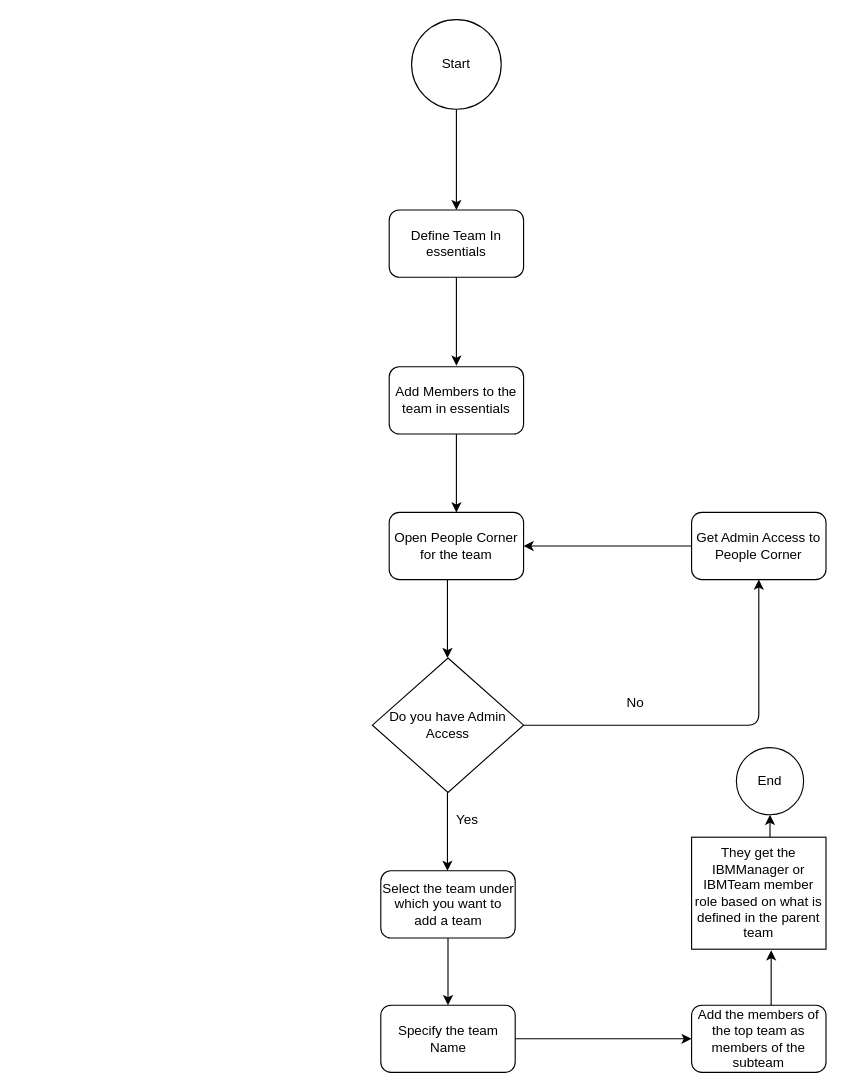
The draw.io diagram Nested Team Management.drawio in bhagyaravi/knative-ocp-3.11, before the edit. Source tidied: cells renumbered, new cells numbered last; positions are measured from the earlier drawing's top-left corner, leaving out a move shared by most shapes. Both pictures are drawn from the tidied source at 112%, with x=0, y=0 at pixel (372, 19).
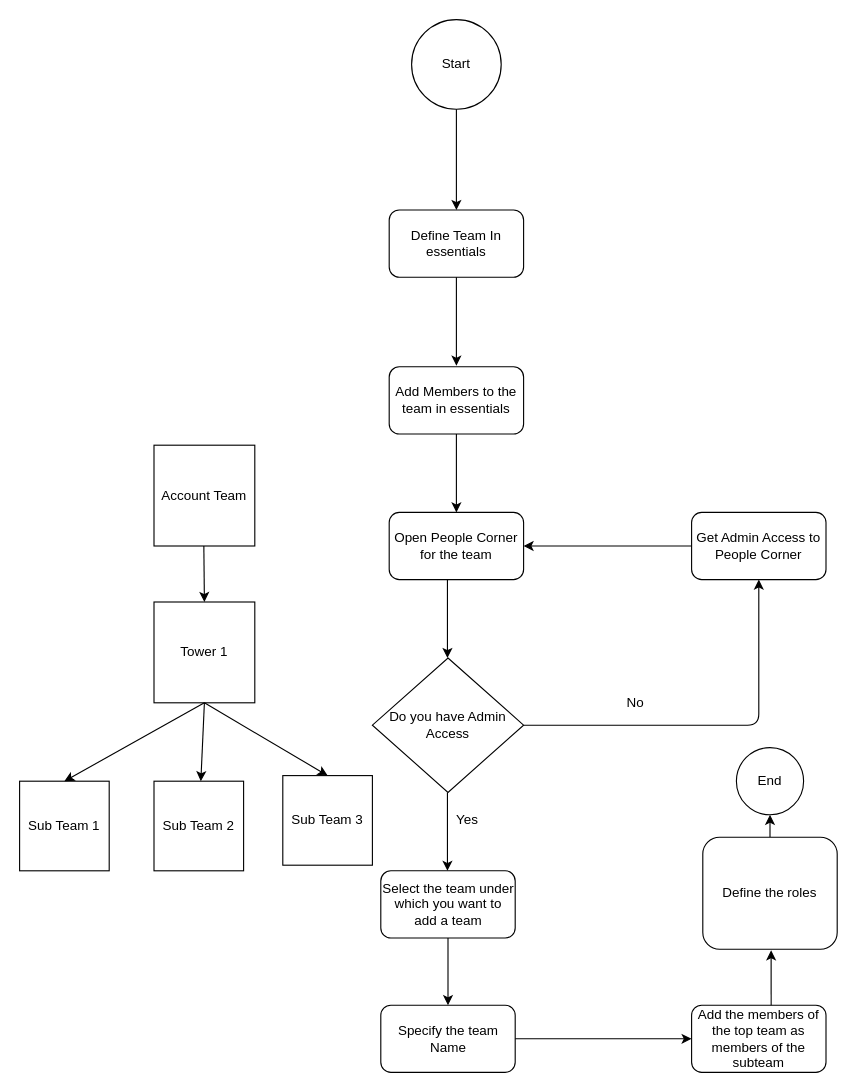
After the change.

The change refers to these unchanged cells:
```xml
<mxCell id="8" value="Add the members of the top team as members of the subteam" style="rounded=1;whiteSpace=wrap;html=1;" parent="1" vertex="1">
  <mxGeometry x="285" y="880" width="120" height="60" as="geometry" />
</mxCell>
```

What changed in the source:
```diff
@@
-    <mxCell id="9" value="They get the IBMManager or IBMTeam member role based on what is defined in the parent team " style="rounded=0;whiteSpace=wrap;html=1;" parent="1" vertex="1">
-      <mxGeometry x="285" y="730" width="120" height="100" as="geometry" />
-    </mxCell>
@@
-    <mxCell id="17" style="endArrow=classic;html=1;exitX=0.592;exitY=0;exitDx=0;exitDy=0;entryX=0.592;entryY=1.01;entryDx=0;entryDy=0;entryPerimeter=0;exitPerimeter=0;" parent="1" edge="1" source="8" target="9">
-      <mxGeometry relative="1" as="geometry" />
+    <mxCell id="17" style="endArrow=classic;html=1;exitX=0.592;exitY=0;exitDx=0;exitDy=0;entryX=0.592;entryY=1.01;entryDx=0;entryDy=0;entryPerimeter=0;exitPerimeter=0;" parent="1" edge="1" source="8">
+      <mxGeometry relative="1" as="geometry">
+        <mxPoint x="356" y="831" as="targetPoint" />
+      </mxGeometry>
     </mxCell>
@@
+    <mxCell id="26" value="Sub Team 1 " style="whiteSpace=wrap;html=1;" parent="1" vertex="1">
+      <mxGeometry x="-315" y="680" width="80" height="80" as="geometry" />
+    </mxCell>
+    <mxCell id="27" style="endArrow=classic;html=1;exitX=0.5;exitY=1;exitDx=0;exitDy=0;entryX=0.5;entryY=0;entryDx=0;entryDy=0;" parent="1" edge="1" target="30">
+      <mxGeometry relative="1" as="geometry">
+        <mxPoint x="-150.5" y="470" as="sourcePoint" />
+      </mxGeometry>
+    </mxCell>
+    <mxCell id="28" value="Sub Team 2 " style="whiteSpace=wrap;html=1;" parent="1" vertex="1">
+      <mxGeometry x="-195" y="680" width="80" height="80" as="geometry" />
+    </mxCell>
+    <mxCell id="29" value="Sub Team 3 " style="whiteSpace=wrap;html=1;" parent="1" vertex="1">
+      <mxGeometry x="-80" y="675" width="80" height="80" as="geometry" />
+    </mxCell>
+    <mxCell id="30" value="Tower 1" style="whiteSpace=wrap;html=1;" parent="1" vertex="1">
+      <mxGeometry x="-195" y="520" width="90" height="90" as="geometry" />
+    </mxCell>
+    <mxCell id="31" value="Account Team" style="whiteSpace=wrap;html=1;" parent="1" vertex="1">
+      <mxGeometry x="-195" y="380" width="90" height="90" as="geometry" />
+    </mxCell>
+    <mxCell id="32" style="endArrow=classic;html=1;exitX=0.5;exitY=1;exitDx=0;exitDy=0;entryX=0.5;entryY=0;entryDx=0;entryDy=0;" parent="1" edge="1" source="30" target="26">
+      <mxGeometry relative="1" as="geometry" />
+    </mxCell>
+    <mxCell id="33" style="endArrow=classic;html=1;exitX=0.5;exitY=1;exitDx=0;exitDy=0;" parent="1" edge="1" source="30" target="28">
+      <mxGeometry relative="1" as="geometry" />
+    </mxCell>
+    <mxCell id="34" style="endArrow=classic;html=1;exitX=0.5;exitY=1;exitDx=0;exitDy=0;entryX=0.5;entryY=0;entryDx=0;entryDy=0;" parent="1" edge="1" source="30" target="29">
+      <mxGeometry relative="1" as="geometry" />
+    </mxCell>
+    <mxCell id="35" value="Define the roles " style="rounded=1;whiteSpace=wrap;html=1;" parent="1" vertex="1">
+      <mxGeometry x="295" y="730" width="120" height="100" as="geometry" />
+    </mxCell>
```
